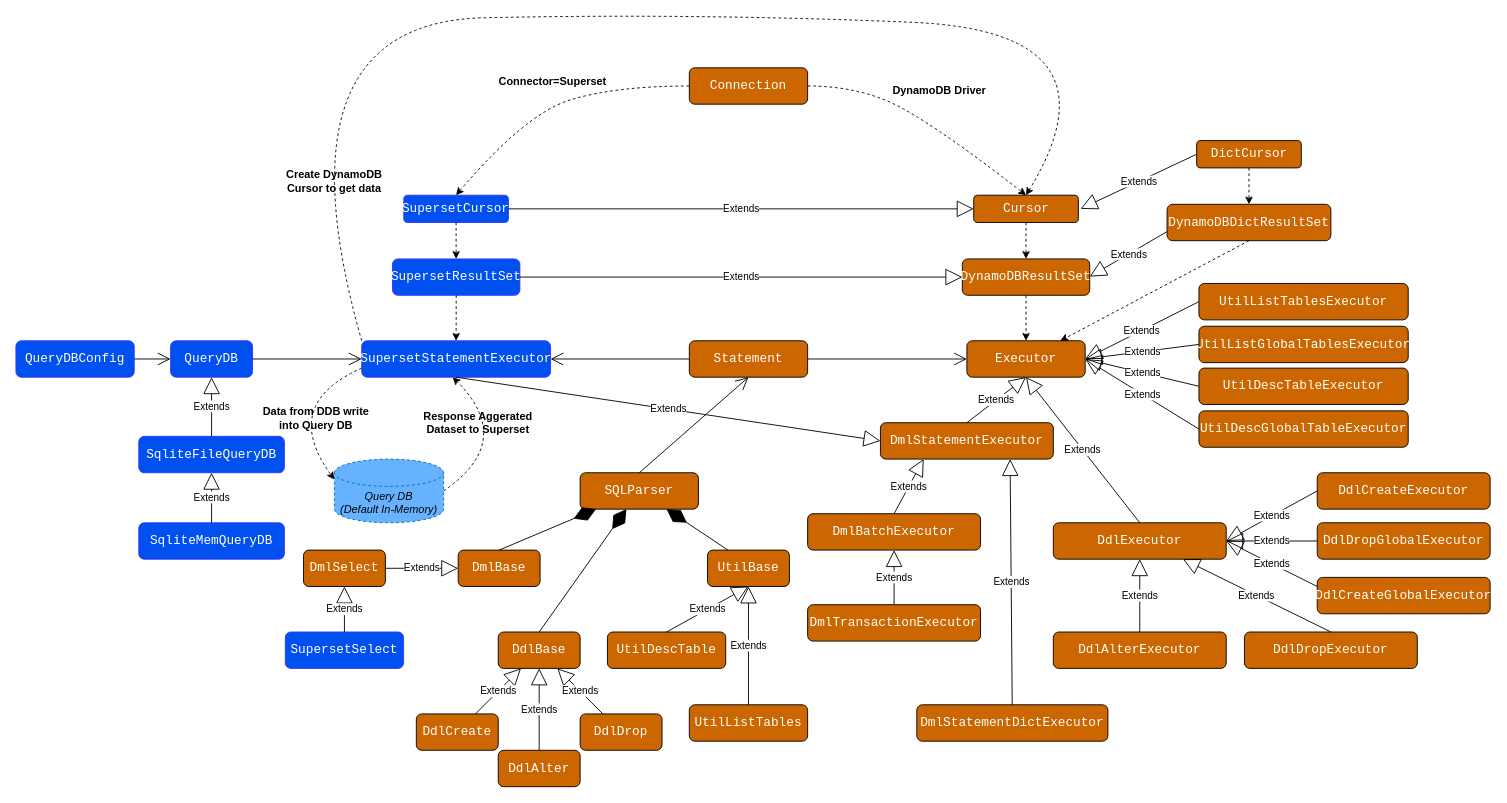
Before: PyDynamoDB.drawio in passren/docs, a draw.io diagram. Source tidied: cells renumbered, new cells numbered last; positions are measured from the earlier drawing's top-left corner, leaving out a move shared by most shapes. Both pictures are drawn from the tidied source at 91%, with x=0, y=0 at pixel (15, 13).
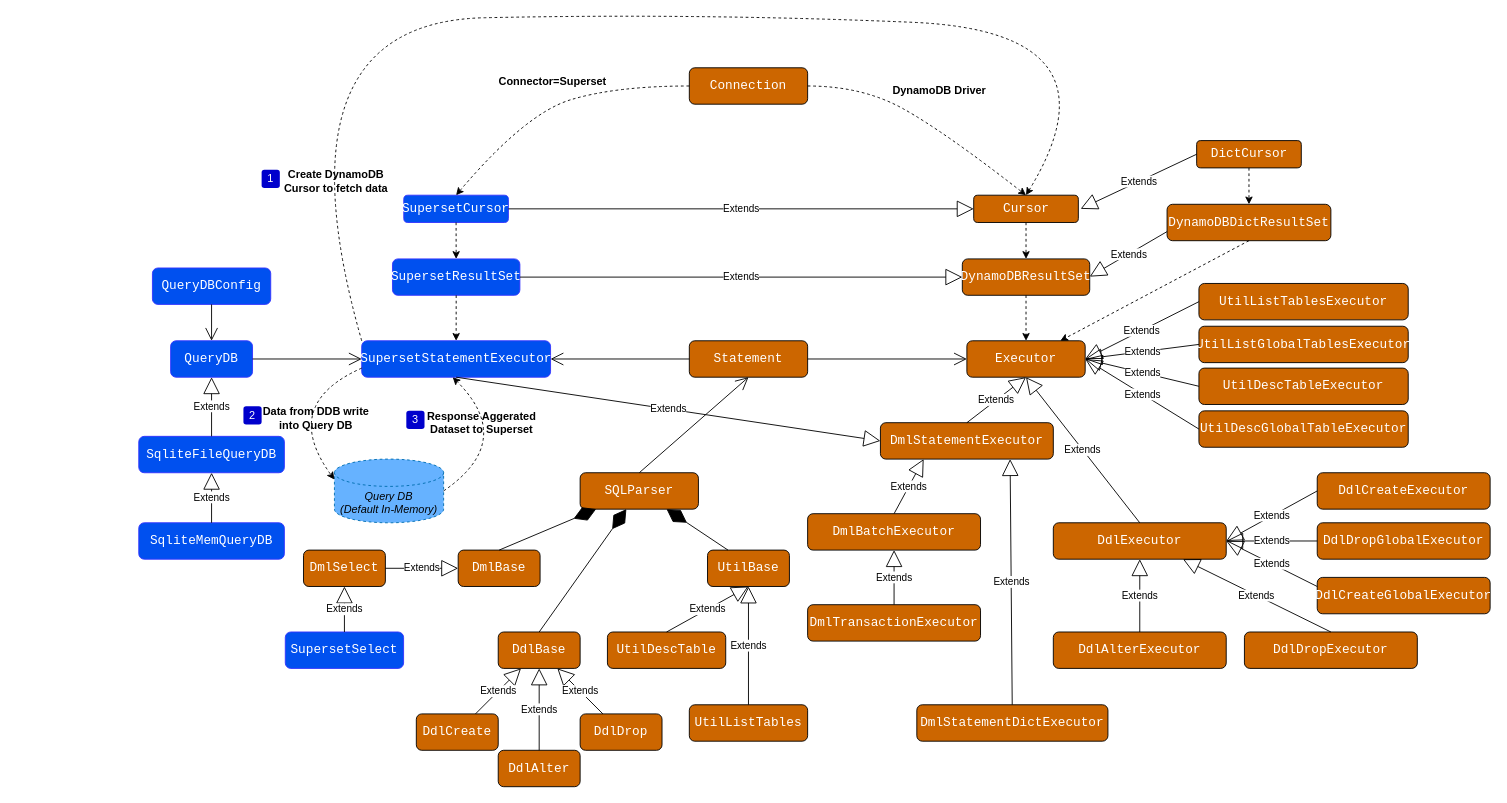
After the change.

Unchanged cells that the change refers to:
```xml
<mxCell id="58" value="&lt;div style=&quot;font-family: Consolas, &amp;quot;Courier New&amp;quot;, monospace; font-size: 14px; line-height: 19px;&quot;&gt;&lt;div style=&quot;line-height: 19px;&quot;&gt;&lt;span style=&quot;&quot;&gt;QueryDB&lt;/span&gt;&lt;/div&gt;&lt;/div&gt;" style="rounded=1;whiteSpace=wrap;html=1;fillColor=#0050ef;fontColor=#ffffff;labelBackgroundColor=none;strokeColor=#3333FF;" parent="1" vertex="1">
  <mxGeometry x="170" y="360" width="90" height="40" as="geometry" />
</mxCell>
```

The edit, as a diff of the source:
```diff
@@
-    <mxCell id="37" value="Create DynamoDB Cursor to get data" style="text;html=1;strokeColor=none;fillColor=none;align=center;verticalAlign=middle;whiteSpace=wrap;rounded=0;fontStyle=1;" parent="1" vertex="1">
-      <mxGeometry x="290" y="170" width="120" height="30" as="geometry" />
+    <mxCell id="37" value="Create DynamoDB Cursor to fetch data" style="text;html=1;strokeColor=none;fillColor=none;align=center;verticalAlign=middle;whiteSpace=wrap;rounded=0;fontStyle=1;" parent="1" vertex="1">
+      <mxGeometry x="292" y="170" width="120" height="30" as="geometry" />
     </mxCell>
@@
     <mxCell id="59" value="&lt;div style=&quot;font-family: Consolas, &amp;quot;Courier New&amp;quot;, monospace; font-size: 14px; line-height: 19px;&quot;&gt;&lt;div style=&quot;line-height: 19px;&quot;&gt;&lt;span style=&quot;&quot;&gt;QueryDBConfig&lt;/span&gt;&lt;/div&gt;&lt;/div&gt;" style="rounded=1;whiteSpace=wrap;html=1;fillColor=#0050ef;fontColor=#ffffff;labelBackgroundColor=none;strokeColor=#3333FF;" parent="1" vertex="1">
-      <mxGeometry y="360" width="130" height="40" as="geometry" />
+      <mxGeometry x="150" y="280" width="130" height="40" as="geometry" />
     </mxCell>
@@
-    <mxCell id="65" style="endArrow=open;endFill=1;endSize=12;html=1;rounded=0;entryX=0;entryY=0.5;entryDx=0;entryDy=0;exitX=1;exitY=0.5;exitDx=0;exitDy=0;" parent="1" edge="1" source="59" target="58">
+    <mxCell id="65" style="endArrow=open;endFill=1;endSize=12;html=1;rounded=0;exitX=0.5;exitY=1;exitDx=0;exitDy=0;" parent="1" edge="1" source="59" target="58">
       <mxGeometry relative="1" as="geometry" />
     </mxCell>
@@
     <mxCell id="87" value="Response Aggerated Dataset to Superset" style="text;html=1;strokeColor=none;fillColor=none;align=center;verticalAlign=middle;whiteSpace=wrap;rounded=0;fontStyle=1;" parent="1" vertex="1">
-      <mxGeometry x="440" y="435" width="136" height="30" as="geometry" />
+      <mxGeometry x="444" y="435" width="136" height="30" as="geometry" />
     </mxCell>
@@
+    <mxCell id="94" value="1" style="text;html=1;align=center;verticalAlign=middle;whiteSpace=wrap;rounded=1;fillColor=#0000CC;fontColor=#FFFFFF;shadow=0;glass=0;" parent="1" vertex="1">
+      <mxGeometry x="270" y="172" width="20" height="20" as="geometry" />
+    </mxCell>
+    <mxCell id="95" value="2" style="text;html=1;align=center;verticalAlign=middle;whiteSpace=wrap;rounded=1;fillColor=#0000CC;fontColor=#FFFFFF;" parent="1" vertex="1">
+      <mxGeometry x="250" y="432" width="20" height="20" as="geometry" />
+    </mxCell>
+    <mxCell id="96" value="3" style="text;html=1;align=center;verticalAlign=middle;whiteSpace=wrap;rounded=1;fillColor=#0000CC;fontColor=#FFFFFF;" parent="1" vertex="1">
+      <mxGeometry x="429" y="437" width="20" height="20" as="geometry" />
+    </mxCell>
```
